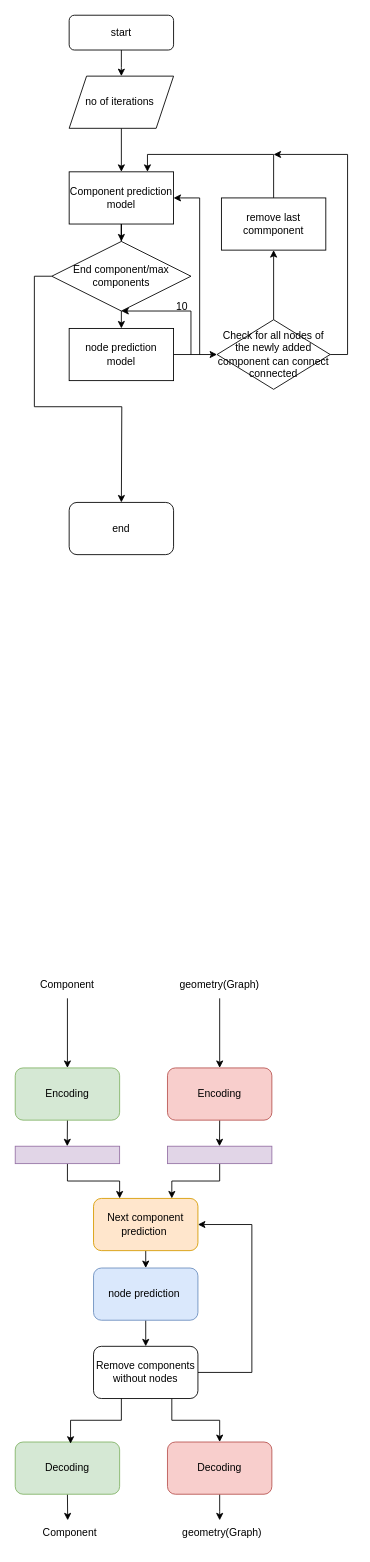
Before: Untitled Diagram.drawio in praveen2k2/praveen2k2, a draw.io diagram. Source tidied: cells renumbered, new cells numbered last; positions are measured from the earlier drawing's top-left corner, leaving out a move shared by most shapes. Both pictures are drawn from the tidied source at 87%, with x=0, y=0 at pixel (15, 15).
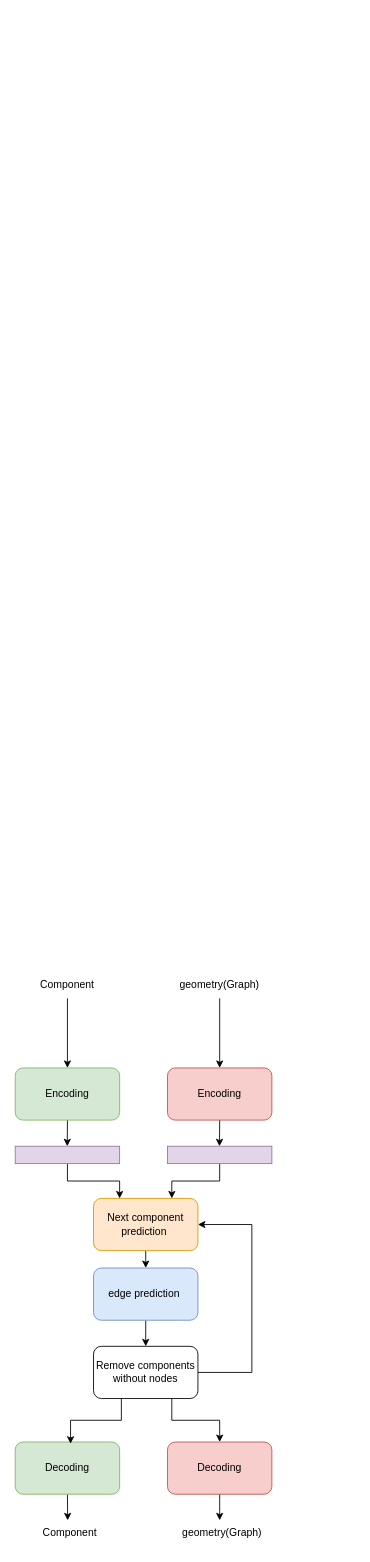
After the change.

What changed in the source:
```diff
@@
-    <mxCell id="2" style="edgeStyle=orthogonalEdgeStyle;rounded=0;jettySize=auto;html=1;" parent="1" edge="1" source="3">
-      <mxGeometry relative="1" as="geometry">
-        <mxPoint x="122" y="70" as="targetPoint" />
-      </mxGeometry>
-    </mxCell>
-    <mxCell id="3" value="start" style="rounded=1;whiteSpace=wrap;html=1;" parent="1" vertex="1">
-      <mxGeometry x="62" width="120" height="40" as="geometry" />
-    </mxCell>
-    <mxCell id="4" style="edgeStyle=orthogonalEdgeStyle;rounded=0;orthogonalLoop=1;jettySize=auto;html=1;" parent="1" edge="1">
-      <mxGeometry relative="1" as="geometry">
-        <mxPoint x="122" y="330" as="sourcePoint" />
-        <mxPoint x="122" y="360" as="targetPoint" />
-      </mxGeometry>
-    </mxCell>
-    <mxCell id="5" style="edgeStyle=orthogonalEdgeStyle;rounded=0;orthogonalLoop=1;jettySize=auto;html=1;" parent="1" edge="1">
-      <mxGeometry relative="1" as="geometry">
-        <mxPoint x="182" y="390" as="sourcePoint" />
-        <mxPoint x="232" y="390" as="targetPoint" />
-      </mxGeometry>
-    </mxCell>
-    <mxCell id="6" style="endArrow=classic;html=1;rounded=0;" parent="1" edge="1">
-      <mxGeometry relative="1" as="geometry">
-        <mxPoint x="202" y="390" as="sourcePoint" />
-        <mxPoint x="122" y="340" as="targetPoint" />
-        <Array as="points">
-          <mxPoint x="202" y="340" />
-        </Array>
-      </mxGeometry>
-    </mxCell>
-    <mxCell id="7" style="edgeStyle=orthogonalEdgeStyle;rounded=0;jettySize=auto;html=1;exitX=0.5;exitY=0;exitDx=0;exitDy=0;entryX=0.5;entryY=1;entryDx=0;entryDy=0;" parent="1" edge="1" source="8" target="10">
-      <mxGeometry relative="1" as="geometry" />
-    </mxCell>
-    <mxCell id="8" value="Check for all nodes of the newly added component can connect connected" style="rhombus;whiteSpace=wrap;html=1;" parent="1" vertex="1">
-      <mxGeometry x="232" y="350" width="130" height="80" as="geometry" />
-    </mxCell>
-    <mxCell id="9" style="edgeStyle=orthogonalEdgeStyle;rounded=0;jettySize=auto;html=1;exitX=0.5;exitY=0;exitDx=0;exitDy=0;entryX=0.75;entryY=0;entryDx=0;entryDy=0;" parent="1" edge="1" source="10" target="12">
-      <mxGeometry relative="1" as="geometry">
-        <Array as="points">
-          <mxPoint x="297" y="160" />
-          <mxPoint x="152" y="160" />
-        </Array>
-      </mxGeometry>
-    </mxCell>
-    <mxCell id="10" value="remove last commponent" style="whiteSpace=wrap;html=1;" parent="1" vertex="1">
-      <mxGeometry x="237" y="210" width="120" height="60" as="geometry" />
-    </mxCell>
-    <mxCell id="11" style="edgeStyle=orthogonalEdgeStyle;rounded=0;jettySize=auto;html=1;exitX=0.5;exitY=1;exitDx=0;exitDy=0;" parent="1" edge="1" source="12" target="17">
-      <mxGeometry relative="1" as="geometry" />
-    </mxCell>
-    <mxCell id="12" value="Component prediction model" style="rounded=0;whiteSpace=wrap;html=1;" parent="1" vertex="1">
-      <mxGeometry x="62" y="180" width="120" height="60" as="geometry" />
-    </mxCell>
-    <mxCell id="13" value="node prediction model" style="rounded=0;whiteSpace=wrap;html=1;" parent="1" vertex="1">
-      <mxGeometry x="62" y="360" width="120" height="60" as="geometry" />
-    </mxCell>
-    <mxCell id="14" style="edgeStyle=orthogonalEdgeStyle;rounded=0;jettySize=auto;html=1;exitX=0.5;exitY=1;exitDx=0;exitDy=0;entryX=0.5;entryY=0;entryDx=0;entryDy=0;" parent="1" edge="1" source="15" target="12">
-      <mxGeometry relative="1" as="geometry" />
-    </mxCell>
-    <mxCell id="15" value="no of iterations&amp;nbsp;" style="shape=parallelogram;perimeter=parallelogramPerimeter;whiteSpace=wrap;html=1;fixedSize=1;" parent="1" vertex="1">
-      <mxGeometry x="62" y="70" width="120" height="60" as="geometry" />
-    </mxCell>
-    <mxCell id="16" style="edgeStyle=orthogonalEdgeStyle;rounded=0;jettySize=auto;html=1;exitX=0;exitY=0.5;exitDx=0;exitDy=0;" parent="1" edge="1" source="17">
-      <mxGeometry relative="1" as="geometry">
-        <mxPoint x="122" y="560" as="targetPoint" />
-      </mxGeometry>
-    </mxCell>
-    <mxCell id="17" value="End component/max components" style="rhombus;whiteSpace=wrap;html=1;" parent="1" vertex="1">
-      <mxGeometry x="42" y="260" width="160" height="80" as="geometry" />
-    </mxCell>
-    <mxCell id="18" value="10" style="text;html=1;align=center;verticalAlign=middle;whiteSpace=wrap;rounded=0;" parent="1" vertex="1">
-      <mxGeometry x="162" y="320" width="60" height="30" as="geometry" />
-    </mxCell>
-    <mxCell id="19" value="end" style="rounded=1;whiteSpace=wrap;html=1;" parent="1" vertex="1">
-      <mxGeometry x="62" y="560" width="120" height="60" as="geometry" />
-    </mxCell>
-    <mxCell id="20" style="endArrow=classic;html=1;rounded=0;entryX=1;entryY=0.5;entryDx=0;entryDy=0;" parent="1" edge="1" target="12">
-      <mxGeometry relative="1" as="geometry">
-        <mxPoint x="212" y="390" as="sourcePoint" />
-        <Array as="points">
-          <mxPoint x="212" y="210" />
-        </Array>
-      </mxGeometry>
-    </mxCell>
-    <mxCell id="21" style="endArrow=classic;html=1;rounded=0;exitX=1;exitY=0.5;exitDx=0;exitDy=0;" parent="1" edge="1" source="8">
-      <mxGeometry relative="1" as="geometry">
-        <mxPoint x="297" y="160" as="targetPoint" />
-        <Array as="points">
-          <mxPoint x="382" y="390" />
-          <mxPoint x="382" y="160" />
-        </Array>
-      </mxGeometry>
-    </mxCell>
@@
-    <mxCell id="37" value="node prediction&amp;nbsp;" style="rounded=1;whiteSpace=wrap;html=1;fillColor=#dae8fc;strokeColor=#6c8ebf;" parent="1" vertex="1">
+    <mxCell id="37" value="edge prediction&amp;nbsp;" style="rounded=1;whiteSpace=wrap;html=1;fillColor=#dae8fc;strokeColor=#6c8ebf;" parent="1" vertex="1">
       <mxGeometry x="90" y="1440" width="120" height="60" as="geometry" />
     </mxCell>
```
